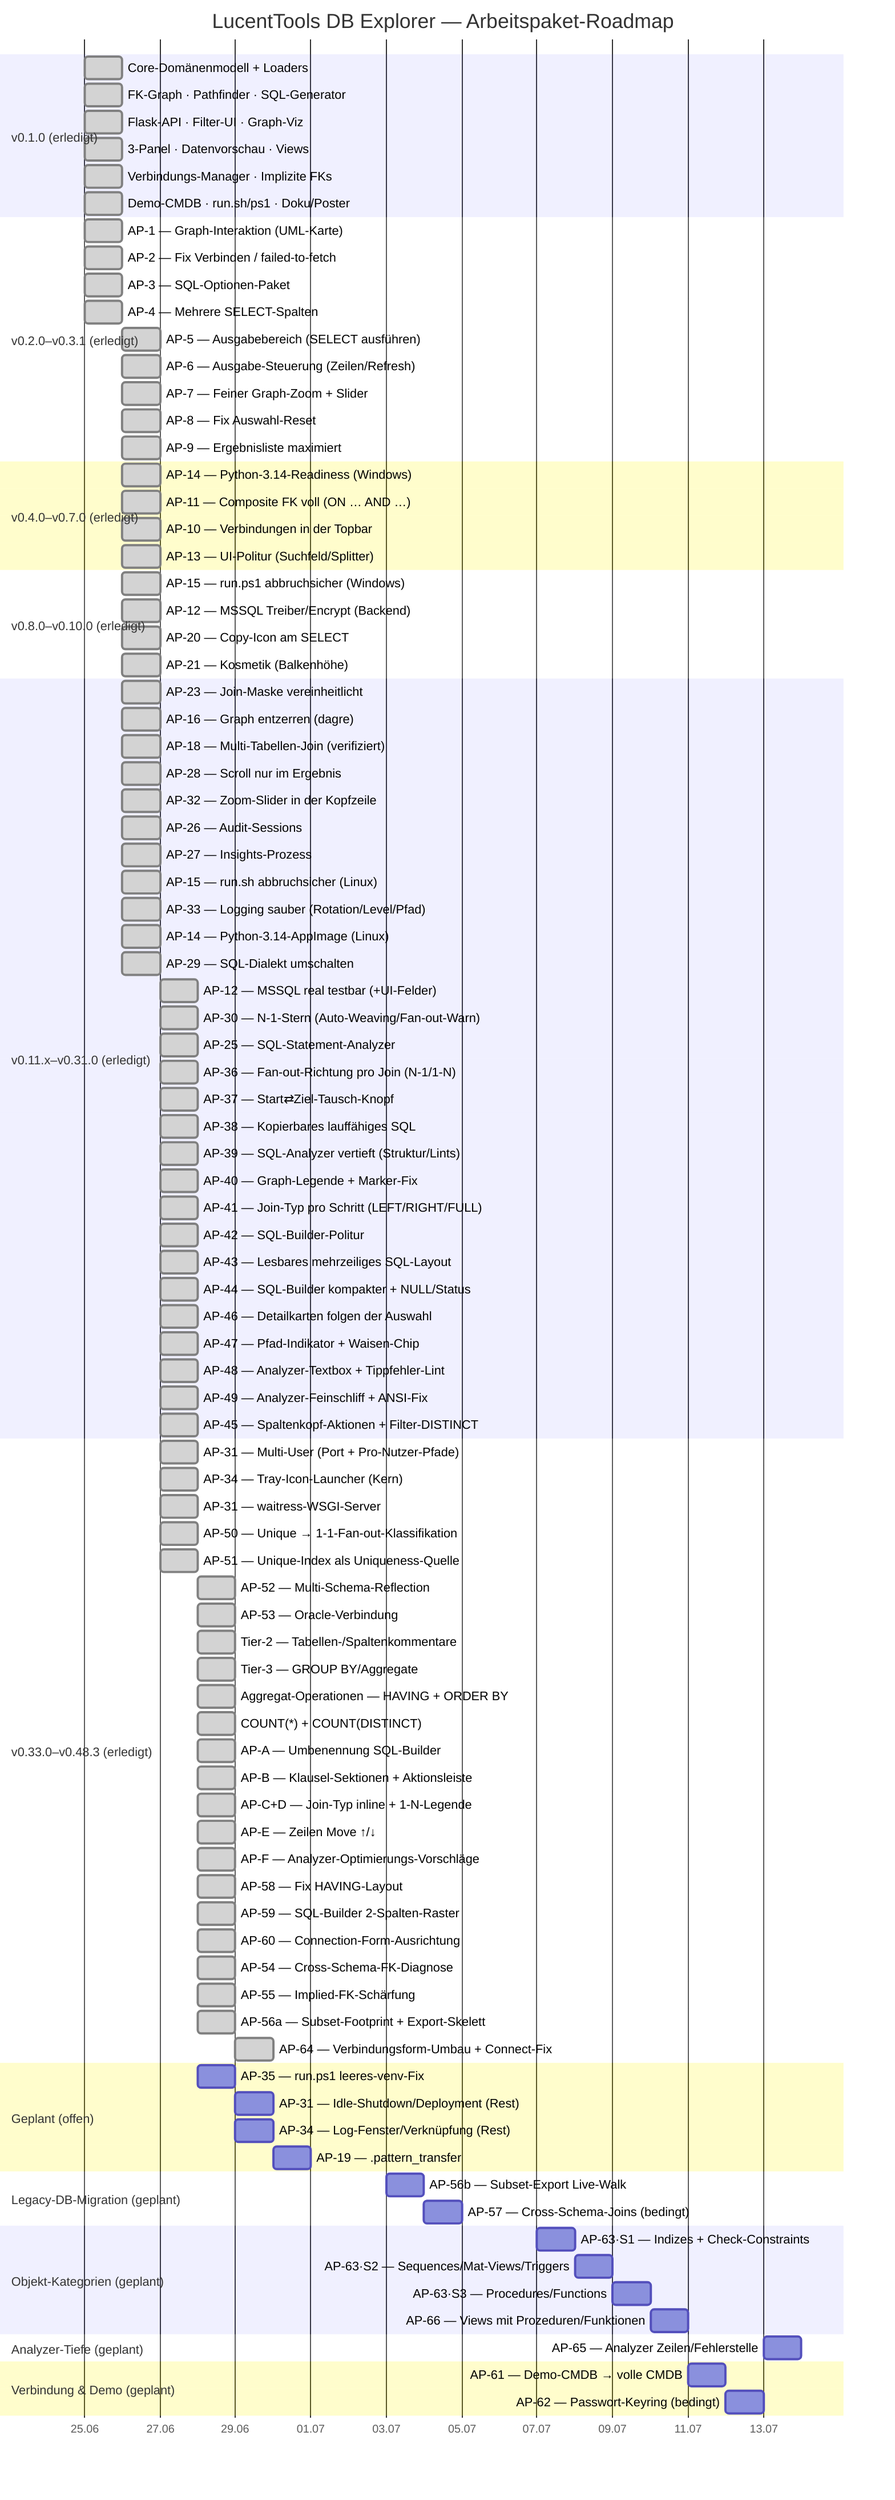
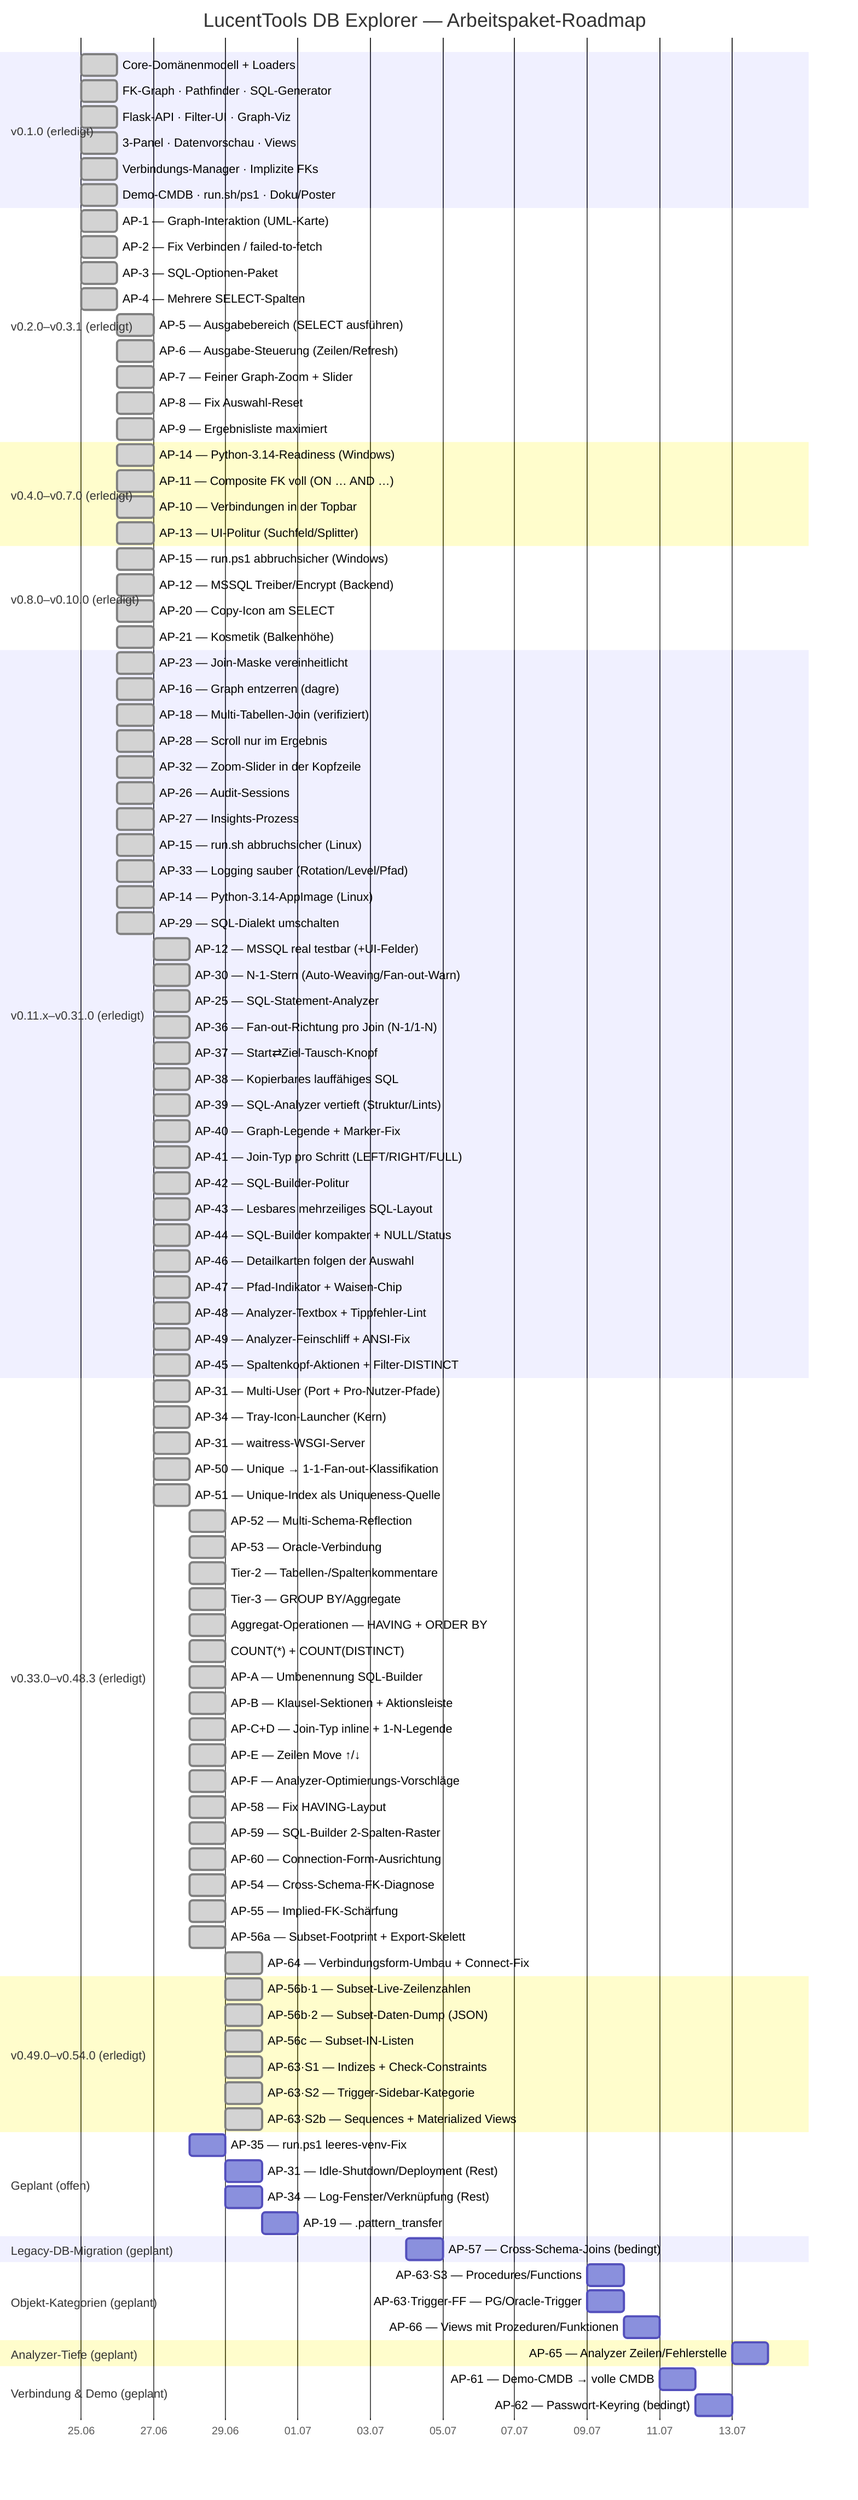
gantt
    title LucentTools DB Explorer — Arbeitspaket-Roadmap
    dateFormat  YYYY-MM-DD
    axisFormat  %d.%m

    section v0.1.0 (erledigt)
    Core-Domänenmodell + Loaders          :done, d1, 2026-06-25, 1d
    FK-Graph · Pathfinder · SQL-Generator :done, d2, 2026-06-25, 1d
    Flask-API · Filter-UI · Graph-Viz     :done, d3, 2026-06-25, 1d
    3-Panel · Datenvorschau · Views       :done, d4, 2026-06-25, 1d
    Verbindungs-Manager · Implizite FKs   :done, d5, 2026-06-25, 1d
    Demo-CMDB · run.sh/ps1 · Doku/Poster  :done, d6, 2026-06-25, 1d

    section v0.2.0–v0.3.1 (erledigt)
    AP-1 — Graph-Interaktion (UML-Karte)        :done, a1, 2026-06-25, 1d
    AP-2 — Fix Verbinden / failed-to-fetch      :done, a2, 2026-06-25, 1d
    AP-3 — SQL-Optionen-Paket                   :done, a3, 2026-06-25, 1d
    AP-4 — Mehrere SELECT-Spalten               :done, a4, 2026-06-25, 1d
    AP-5 — Ausgabebereich (SELECT ausführen)    :done, a5, 2026-06-26, 1d
    AP-6 — Ausgabe-Steuerung (Zeilen/Refresh)   :done, a6, 2026-06-26, 1d
    AP-7 — Feiner Graph-Zoom + Slider           :done, a7, 2026-06-26, 1d
    AP-8 — Fix Auswahl-Reset                    :done, a8, 2026-06-26, 1d
    AP-9 — Ergebnisliste maximiert              :done, a9, 2026-06-26, 1d

    section v0.4.0–v0.7.0 (erledigt)
    AP-14 — Python-3.14-Readiness (Windows)     :done, b1, 2026-06-26, 1d
    AP-11 — Composite FK voll (ON … AND …)      :done, b2, 2026-06-26, 1d
    AP-10 — Verbindungen in der Topbar          :done, b3, 2026-06-26, 1d
    AP-13 — UI-Politur (Suchfeld/Splitter)      :done, b4, 2026-06-26, 1d

    section v0.8.0–v0.10.0 (erledigt)
    AP-15 — run.ps1 abbruchsicher (Windows)     :done, c1, 2026-06-26, 1d
    AP-12 — MSSQL Treiber/Encrypt (Backend)     :done, c2, 2026-06-26, 1d
    AP-20 — Copy-Icon am SELECT                 :done, c3, 2026-06-26, 1d
    AP-21 — Kosmetik (Balkenhöhe)               :done, c4, 2026-06-26, 1d

    section v0.11.x–v0.31.0 (erledigt)
    AP-23 — Join-Maske vereinheitlicht          :done, e1, 2026-06-26, 1d
    AP-16 — Graph entzerren (dagre)             :done, e2, 2026-06-26, 1d
    AP-18 — Multi-Tabellen-Join (verifiziert)   :done, e3, 2026-06-26, 1d
    AP-28 — Scroll nur im Ergebnis              :done, e4, 2026-06-26, 1d
    AP-32 — Zoom-Slider in der Kopfzeile        :done, e5, 2026-06-26, 1d
    AP-26 — Audit-Sessions                      :done, e6, 2026-06-26, 1d
    AP-27 — Insights-Prozess                    :done, e7, 2026-06-26, 1d
    AP-15 — run.sh abbruchsicher (Linux)        :done, e8, 2026-06-26, 1d
    AP-33 — Logging sauber (Rotation/Level/Pfad) :done, e9, 2026-06-26, 1d
    AP-14 — Python-3.14-AppImage (Linux)         :done, e10, 2026-06-26, 1d
    AP-29 — SQL-Dialekt umschalten               :done, e11, 2026-06-26, 1d
    AP-12 — MSSQL real testbar (+UI-Felder)      :done, e12, 2026-06-27, 1d
    AP-30 — N-1-Stern (Auto-Weaving/Fan-out-Warn) :done, e13, 2026-06-27, 1d
    AP-25 — SQL-Statement-Analyzer               :done, e14, 2026-06-27, 1d
    AP-36 — Fan-out-Richtung pro Join (N-1/1-N)  :done, e15, 2026-06-27, 1d
    AP-37 — Start⇄Ziel-Tausch-Knopf              :done, e16, 2026-06-27, 1d
    AP-38 — Kopierbares lauffähiges SQL          :done, e17, 2026-06-27, 1d
    AP-39 — SQL-Analyzer vertieft (Struktur/Lints) :done, e18, 2026-06-27, 1d
    AP-40 — Graph-Legende + Marker-Fix           :done, e19, 2026-06-27, 1d
    AP-41 — Join-Typ pro Schritt (LEFT/RIGHT/FULL) :done, e20, 2026-06-27, 1d
    AP-42 — SQL-Builder-Politur                 :done, e21, 2026-06-27, 1d
    AP-43 — Lesbares mehrzeiliges SQL-Layout      :done, e22, 2026-06-27, 1d
    AP-44 — SQL-Builder kompakter + NULL/Status :done, e23, 2026-06-27, 1d
    AP-46 — Detailkarten folgen der Auswahl       :done, e24, 2026-06-27, 1d
    AP-47 — Pfad-Indikator + Waisen-Chip         :done, e25, 2026-06-27, 1d
    AP-48 — Analyzer-Textbox + Tippfehler-Lint   :done, e26, 2026-06-27, 1d
    AP-49 — Analyzer-Feinschliff + ANSI-Fix       :done, e27, 2026-06-27, 1d
    AP-45 — Spaltenkopf-Aktionen + Filter-DISTINCT :done, e28, 2026-06-27, 1d

    section v0.33.0–v0.48.3 (erledigt)
    AP-31 — Multi-User (Port + Pro-Nutzer-Pfade) :done, f1, 2026-06-27, 1d
    AP-34 — Tray-Icon-Launcher (Kern)            :done, f2, 2026-06-27, 1d
    AP-31 — waitress-WSGI-Server                 :done, f3, 2026-06-27, 1d
    AP-50 — Unique → 1-1-Fan-out-Klassifikation  :done, f4, 2026-06-27, 1d
    AP-51 — Unique-Index als Uniqueness-Quelle   :done, f5, 2026-06-27, 1d
    AP-52 — Multi-Schema-Reflection              :done, f6, 2026-06-28, 1d
    AP-53 — Oracle-Verbindung                    :done, f7, 2026-06-28, 1d
    Tier-2 — Tabellen-/Spaltenkommentare         :done, f8, 2026-06-28, 1d
    Tier-3 — GROUP BY/Aggregate                  :done, f9, 2026-06-28, 1d
    Aggregat-Operationen — HAVING + ORDER BY     :done, f10, 2026-06-28, 1d
    COUNT(*) + COUNT(DISTINCT)                   :done, f11, 2026-06-28, 1d
    AP-A — Umbenennung SQL-Builder               :done, f12, 2026-06-28, 1d
    AP-B — Klausel-Sektionen + Aktionsleiste     :done, f13, 2026-06-28, 1d
    AP-C+D — Join-Typ inline + 1-N-Legende       :done, f14, 2026-06-28, 1d
    AP-E — Zeilen Move ↑/↓                        :done, f15, 2026-06-28, 1d
    AP-F — Analyzer-Optimierungs-Vorschläge      :done, f16, 2026-06-28, 1d
    AP-58 — Fix HAVING-Layout                    :done, f17, 2026-06-28, 1d
    AP-59 — SQL-Builder 2-Spalten-Raster        :done, f18, 2026-06-28, 1d
    AP-60 — Connection-Form-Ausrichtung         :done, f19, 2026-06-28, 1d
    AP-54 — Cross-Schema-FK-Diagnose            :done, f20, 2026-06-28, 1d
    AP-55 — Implied-FK-Schärfung                :done, f21, 2026-06-28, 1d
    AP-56a — Subset-Footprint + Export-Skelett   :done, f22, 2026-06-28, 1d
    AP-64 — Verbindungsform-Umbau + Connect-Fix  :done, f23, 2026-06-29, 1d

+     section v0.49.0–v0.54.0 (erledigt)
+     AP-56b·1 — Subset-Live-Zeilenzahlen         :done, f24, 2026-06-29, 1d
+     AP-56b·2 — Subset-Daten-Dump (JSON)         :done, f25, 2026-06-29, 1d
+     AP-56c — Subset-IN-Listen                   :done, f26, 2026-06-29, 1d
+     AP-63·S1 — Indizes + Check-Constraints      :done, f27, 2026-06-29, 1d
+     AP-63·S2 — Trigger-Sidebar-Kategorie        :done, f28, 2026-06-29, 1d
+     AP-63·S2b — Sequences + Materialized Views  :done, f29, 2026-06-29, 1d
+ 
    section Geplant (offen)
    AP-35 — run.ps1 leeres-venv-Fix             :p3, 2026-06-28, 1d
    AP-31 — Idle-Shutdown/Deployment (Rest)     :p5, 2026-06-29, 1d
    AP-34 — Log-Fenster/Verknüpfung (Rest)      :p6, 2026-06-29, 1d
    AP-19 — .pattern_transfer                   :p11, 2026-06-30, 1d

    section Legacy-DB-Migration (geplant)
-     AP-56b — Subset-Export Live-Walk :p22, 2026-07-03, 1d
    AP-57 — Cross-Schema-Joins (bedingt)        :p23, 2026-07-04, 1d

    section Objekt-Kategorien (geplant)
-     AP-63·S1 — Indizes + Check-Constraints      :p30, 2026-07-07, 1d
-     AP-63·S2 — Sequences/Mat-Views/Triggers     :p31, 2026-07-08, 1d
    AP-63·S3 — Procedures/Functions             :p32, 2026-07-09, 1d
+     AP-63·Trigger-FF — PG/Oracle-Trigger        :p32b, 2026-07-09, 1d
    AP-66 — Views mit Prozeduren/Funktionen     :p33, 2026-07-10, 1d

    section Analyzer-Tiefe (geplant)
    AP-65 — Analyzer Zeilen/Fehlerstelle        :p35, 2026-07-13, 1d

    section Verbindung & Demo (geplant)
    AP-61 — Demo-CMDB → volle CMDB              :p41, 2026-07-11, 1d
    AP-62 — Passwort-Keyring (bedingt)          :p42, 2026-07-12, 1d
